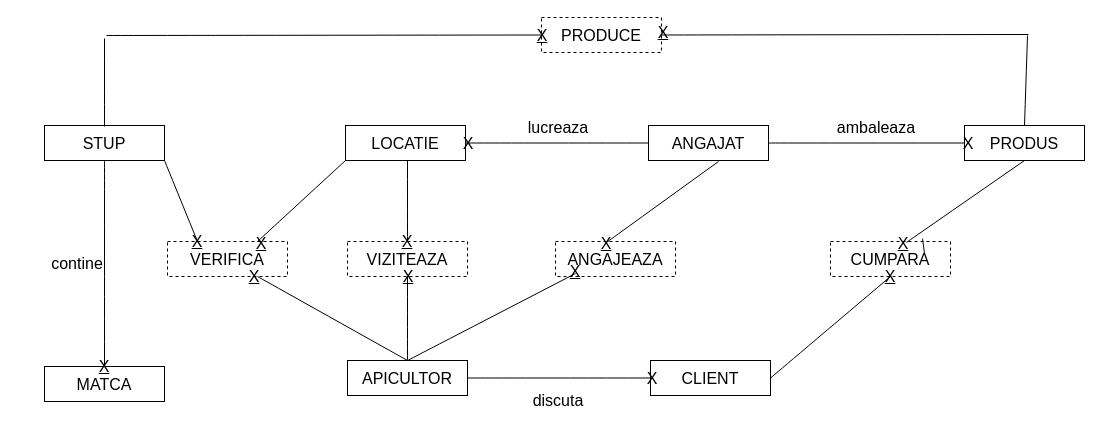
The draw.io diagram page "Pagina-2" (2 of 2) of Diagramă fără titlu.drawio in Matoka26/DataBase-Stupina, before the edit. Source tidied: cells renumbered, new cells numbered last; positions are measured from the earlier drawing's top-left corner, leaving out a move shared by most shapes. Both pictures are drawn from the tidied source at 100%, with x=0, y=0 at pixel (44, 17).
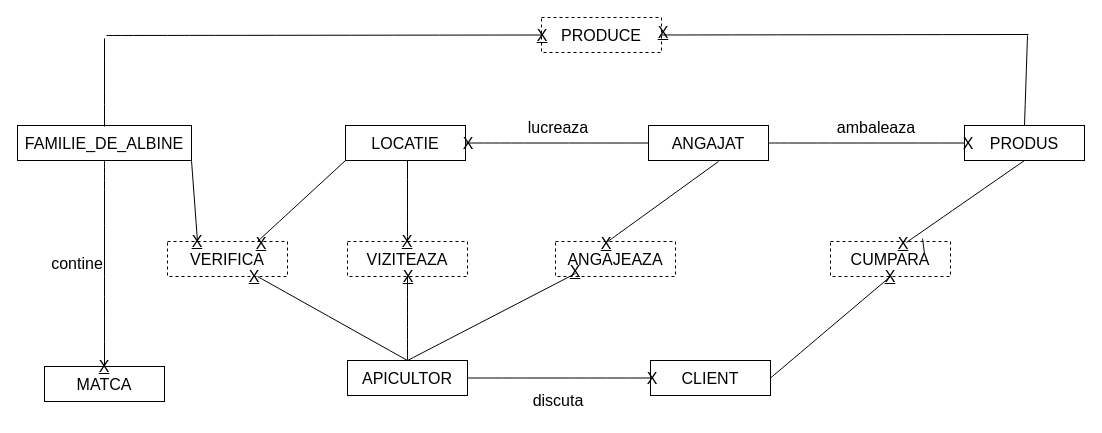
After the change.

Change to the diagram source:
```diff
@@
-    <mxCell id="5" value="STUP" style="rounded=0;whiteSpace=wrap;html=1;fontSize=16;" parent="1" vertex="1">
-      <mxGeometry y="108" width="120" height="35" as="geometry" />
+    <mxCell id="5" value="FAMILIE_DE_ALBINE" style="rounded=0;whiteSpace=wrap;html=1;fontSize=16;" parent="1" vertex="1">
+      <mxGeometry x="-27" y="108" width="174" height="35" as="geometry" />
     </mxCell>
```
